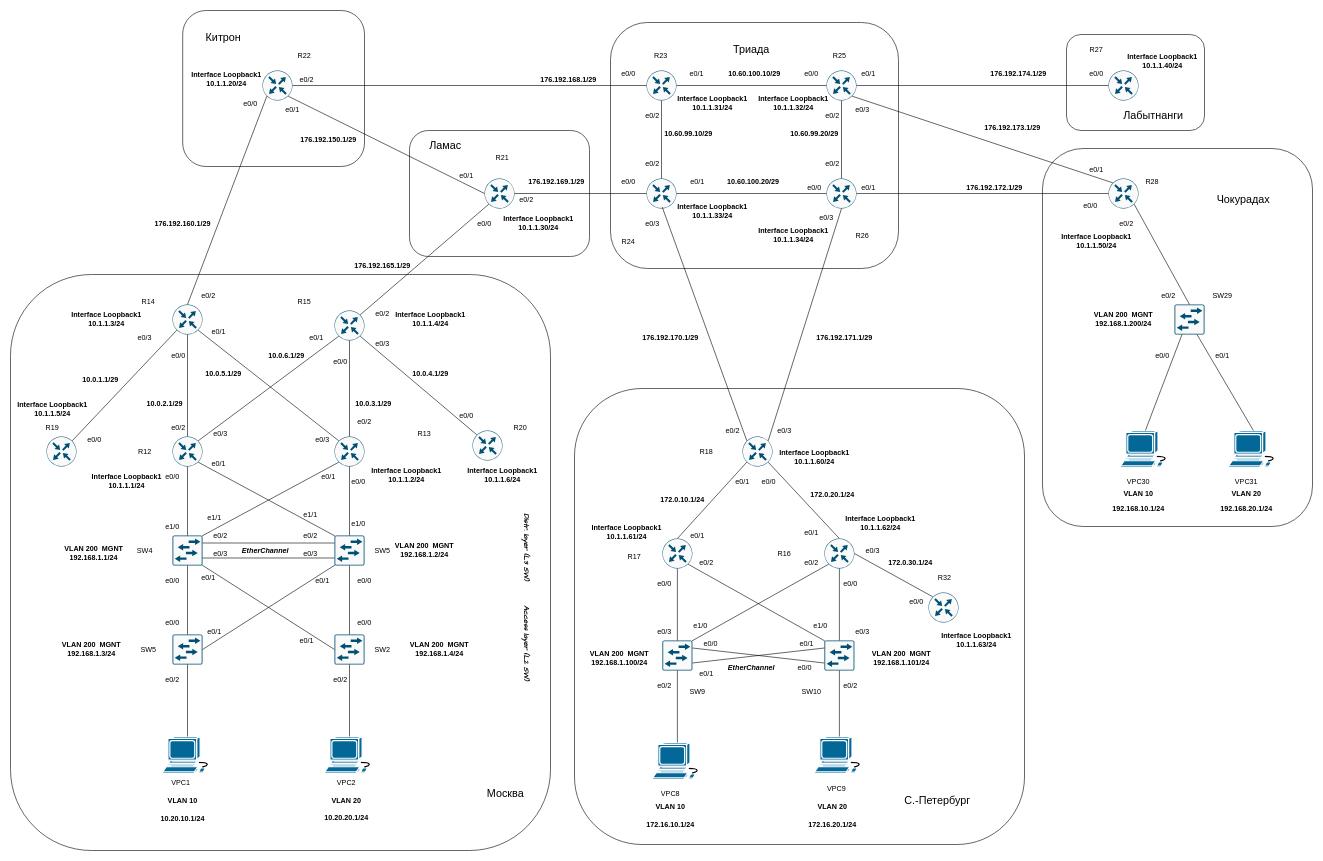
fueller-max/drawio keeps this draw.io diagram as Lab04 v2.drawio. Above is the earlier version. Source tidied: cells renumbered, new cells numbered last; positions are measured from the earlier drawing's top-left corner, leaving out a move shared by most shapes. Both pictures are drawn from the tidied source at 60%, with x=0, y=0 at pixel (10, 10).
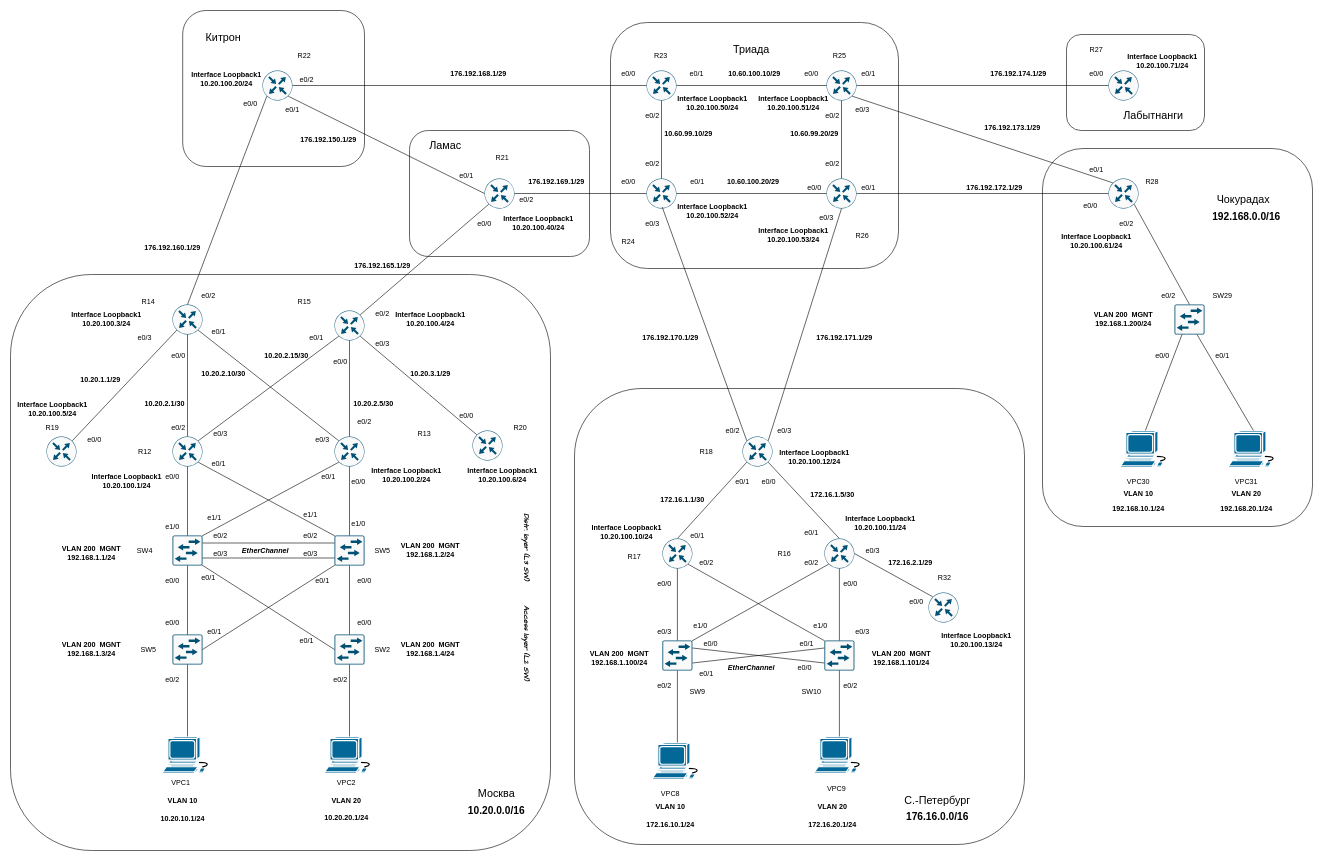
The same page after the edit.

Diff of the diagram source:
```diff
@@
     <mxCell id="203" value="&lt;font style=&quot;font-size: 18px;&quot;&gt;Москва&lt;/font&gt;" style="text;html=1;align=center;verticalAlign=middle;whiteSpace=wrap;rounded=0;" parent="1" vertex="1">
-      <mxGeometry x="795" y="1290" width="60" height="30" as="geometry" />
+      <mxGeometry x="780" y="1290" width="60" height="30" as="geometry" />
     </mxCell>
@@
     <mxCell id="225" value="VLAN 200&amp;nbsp; MGNT&lt;div&gt;192.168.1.1/24&lt;/div&gt;" style="text;html=1;align=center;verticalAlign=middle;whiteSpace=wrap;rounded=0;fontStyle=1;" parent="1" vertex="1">
-      <mxGeometry x="83.5" y="890" width="110" height="30" as="geometry" />
+      <mxGeometry x="80" y="890" width="110" height="30" as="geometry" />
     </mxCell>
@@
     <mxCell id="235" value="176.192.168.1/29" style="text;html=1;align=center;verticalAlign=middle;whiteSpace=wrap;rounded=0;rotation=0;fontStyle=1;" parent="1" vertex="1">
-      <mxGeometry x="900" y="100" width="60" height="30" as="geometry" />
+      <mxGeometry x="750" y="90" width="60" height="30" as="geometry" />
     </mxCell>
@@
     <mxCell id="238" value="VLAN 200&amp;nbsp; MGNT&lt;div&gt;192.168.1.2/24&lt;/div&gt;" style="text;html=1;align=center;verticalAlign=middle;whiteSpace=wrap;rounded=0;fontStyle=1;" parent="1" vertex="1">
-      <mxGeometry x="635" y="885" width="110" height="30" as="geometry" />
+      <mxGeometry x="645" y="885" width="110" height="30" as="geometry" />
     </mxCell>
@@
     <mxCell id="240" value="VLAN 200&amp;nbsp; MGNT&lt;div&gt;192.168.1.4/24&lt;/div&gt;" style="text;html=1;align=center;verticalAlign=middle;whiteSpace=wrap;rounded=0;fontStyle=1;" parent="1" vertex="1">
-      <mxGeometry x="660" y="1050" width="110" height="30" as="geometry" />
+      <mxGeometry x="645" y="1050" width="110" height="30" as="geometry" />
     </mxCell>
     <mxCell id="241" value="176.192.160.1/29" style="text;html=1;align=center;verticalAlign=middle;whiteSpace=wrap;rounded=0;rotation=0;fontStyle=1;" parent="1" vertex="1">
-      <mxGeometry x="257" y="340" width="60" height="30" as="geometry" />
+      <mxGeometry x="240" y="380" width="60" height="30" as="geometry" />
     </mxCell>
@@
-    <mxCell id="243" value="10.0.1.1/29" style="text;html=1;align=center;verticalAlign=middle;whiteSpace=wrap;rounded=0;fontStyle=1;" parent="1" vertex="1">
+    <mxCell id="243" value="10.20.1.1/29" style="text;html=1;align=center;verticalAlign=middle;whiteSpace=wrap;rounded=0;fontStyle=1;" parent="1" vertex="1">
       <mxGeometry x="120" y="600" width="60" height="30" as="geometry" />
     </mxCell>
-    <mxCell id="244" value="10.0.2.1/29" style="text;html=1;align=center;verticalAlign=middle;whiteSpace=wrap;rounded=0;fontStyle=1;" parent="1" vertex="1">
+    <mxCell id="244" value="10.20.2.1/30" style="text;html=1;align=center;verticalAlign=middle;whiteSpace=wrap;rounded=0;fontStyle=1;" parent="1" vertex="1">
       <mxGeometry x="227" y="640" width="60" height="30" as="geometry" />
     </mxCell>
-    <mxCell id="245" value="10.0.3.1/29" style="text;html=1;align=center;verticalAlign=middle;whiteSpace=wrap;rounded=0;fontStyle=1;" parent="1" vertex="1">
+    <mxCell id="245" value="10.20.2.5/30" style="text;html=1;align=center;verticalAlign=middle;whiteSpace=wrap;rounded=0;fontStyle=1;" parent="1" vertex="1">
       <mxGeometry x="575" y="640" width="60" height="30" as="geometry" />
     </mxCell>
-    <mxCell id="246" value="10.0.4.1/29" style="text;html=1;align=center;verticalAlign=middle;whiteSpace=wrap;rounded=0;fontStyle=1;" parent="1" vertex="1">
+    <mxCell id="246" value="10.20.3.1/29" style="text;html=1;align=center;verticalAlign=middle;whiteSpace=wrap;rounded=0;fontStyle=1;" parent="1" vertex="1">
       <mxGeometry x="670" y="590" width="60" height="30" as="geometry" />
     </mxCell>
-    <mxCell id="247" value="10.0.5.1/29" style="text;html=1;align=center;verticalAlign=middle;whiteSpace=wrap;rounded=0;fontStyle=1;" parent="1" vertex="1">
+    <mxCell id="247" value="10.20.2.10/30" style="text;html=1;align=center;verticalAlign=middle;whiteSpace=wrap;rounded=0;fontStyle=1;" parent="1" vertex="1">
       <mxGeometry x="325" y="590" width="60" height="30" as="geometry" />
     </mxCell>
-    <mxCell id="248" value="10.0.6.1/29" style="text;html=1;align=center;verticalAlign=middle;whiteSpace=wrap;rounded=0;fontStyle=1;" parent="1" vertex="1">
+    <mxCell id="248" value="10.20.2.15/30" style="text;html=1;align=center;verticalAlign=middle;whiteSpace=wrap;rounded=0;fontStyle=1;" parent="1" vertex="1">
       <mxGeometry x="430" y="560" width="60" height="30" as="geometry" />
     </mxCell>
@@
-    <mxCell id="250" value="172.0.10.1/24" style="text;html=1;align=center;verticalAlign=middle;whiteSpace=wrap;rounded=0;fontStyle=1;" parent="1" vertex="1">
+    <mxCell id="250" value="172.16.1.1/30" style="text;html=1;align=center;verticalAlign=middle;whiteSpace=wrap;rounded=0;fontStyle=1;" parent="1" vertex="1">
       <mxGeometry x="1090" y="800" width="60" height="30" as="geometry" />
     </mxCell>
-    <mxCell id="251" value="172.0.20.1/24" style="text;html=1;align=center;verticalAlign=middle;whiteSpace=wrap;rounded=0;fontStyle=1;" parent="1" vertex="1">
+    <mxCell id="251" value="172.16.1.5/30" style="text;html=1;align=center;verticalAlign=middle;whiteSpace=wrap;rounded=0;fontStyle=1;" parent="1" vertex="1">
       <mxGeometry x="1340" y="792" width="60" height="30" as="geometry" />
     </mxCell>
-    <mxCell id="252" value="172.0.30.1/24" style="text;html=1;align=center;verticalAlign=middle;whiteSpace=wrap;rounded=0;fontStyle=1;" parent="1" vertex="1">
+    <mxCell id="252" value="172.16.2.1/29" style="text;html=1;align=center;verticalAlign=middle;whiteSpace=wrap;rounded=0;fontStyle=1;" parent="1" vertex="1">
       <mxGeometry x="1470" y="905" width="60" height="30" as="geometry" />
     </mxCell>
@@
-    <mxCell id="256" value="Interface Loopback1&lt;div&gt;10.1.1.1/24&lt;/div&gt;" style="text;html=1;align=center;verticalAlign=middle;whiteSpace=wrap;rounded=0;fontStyle=1;" parent="1" vertex="1">
+    <mxCell id="256" value="Interface Loopback1&lt;div&gt;10.20.100.1/24&lt;/div&gt;" style="text;html=1;align=center;verticalAlign=middle;whiteSpace=wrap;rounded=0;fontStyle=1;" parent="1" vertex="1">
       <mxGeometry x="133.5" y="770" width="120" height="30" as="geometry" />
     </mxCell>
-    <mxCell id="257" value="Interface Loopback1&lt;div&gt;10.1.1.2/24&lt;/div&gt;" style="text;html=1;align=center;verticalAlign=middle;whiteSpace=wrap;rounded=0;fontStyle=1;" parent="1" vertex="1">
+    <mxCell id="257" value="Interface Loopback1&lt;div&gt;10.20.100.2/24&lt;/div&gt;" style="text;html=1;align=center;verticalAlign=middle;whiteSpace=wrap;rounded=0;fontStyle=1;" parent="1" vertex="1">
       <mxGeometry x="600" y="760" width="120" height="30" as="geometry" />
     </mxCell>
-    <mxCell id="258" value="Interface Loopback1&lt;div&gt;10.1.1.3/24&lt;/div&gt;" style="text;html=1;align=center;verticalAlign=middle;whiteSpace=wrap;rounded=0;fontStyle=1;" parent="1" vertex="1">
+    <mxCell id="258" value="Interface Loopback1&lt;div&gt;10.20.100.3/24&lt;/div&gt;" style="text;html=1;align=center;verticalAlign=middle;whiteSpace=wrap;rounded=0;fontStyle=1;" parent="1" vertex="1">
       <mxGeometry x="100" y="500" width="120" height="30" as="geometry" />
     </mxCell>
-    <mxCell id="259" value="Interface Loopback1&lt;div&gt;10.1.1.4/24&lt;/div&gt;" style="text;html=1;align=center;verticalAlign=middle;whiteSpace=wrap;rounded=0;fontStyle=1;" parent="1" vertex="1">
+    <mxCell id="259" value="Interface Loopback1&lt;div&gt;10.20.100.4/24&lt;/div&gt;" style="text;html=1;align=center;verticalAlign=middle;whiteSpace=wrap;rounded=0;fontStyle=1;" parent="1" vertex="1">
       <mxGeometry x="640" y="500" width="120" height="30" as="geometry" />
     </mxCell>
-    <mxCell id="260" value="Interface Loopback1&lt;div&gt;10.1.1.5/24&lt;/div&gt;" style="text;html=1;align=center;verticalAlign=middle;whiteSpace=wrap;rounded=0;fontStyle=1;" parent="1" vertex="1">
+    <mxCell id="260" value="Interface Loopback1&lt;div&gt;10.20.100.5/24&lt;/div&gt;" style="text;html=1;align=center;verticalAlign=middle;whiteSpace=wrap;rounded=0;fontStyle=1;" parent="1" vertex="1">
       <mxGeometry x="10" y="650" width="120" height="30" as="geometry" />
     </mxCell>
-    <mxCell id="261" value="Interface Loopback1&lt;div&gt;10.1.1.6/24&lt;/div&gt;" style="text;html=1;align=center;verticalAlign=middle;whiteSpace=wrap;rounded=0;fontStyle=1;" parent="1" vertex="1">
+    <mxCell id="261" value="Interface Loopback1&lt;div&gt;10.20.100.6/24&lt;/div&gt;" style="text;html=1;align=center;verticalAlign=middle;whiteSpace=wrap;rounded=0;fontStyle=1;" parent="1" vertex="1">
       <mxGeometry x="760" y="760" width="120" height="30" as="geometry" />
     </mxCell>
-    <mxCell id="262" value="Interface Loopback1&lt;div&gt;10.1.1.20/24&lt;/div&gt;" style="text;html=1;align=center;verticalAlign=middle;whiteSpace=wrap;rounded=0;fontStyle=1;" parent="1" vertex="1">
+    <mxCell id="262" value="Interface Loopback1&lt;div&gt;10.20.100.20/24&lt;/div&gt;" style="text;html=1;align=center;verticalAlign=middle;whiteSpace=wrap;rounded=0;fontStyle=1;" parent="1" vertex="1">
       <mxGeometry x="300" y="100" width="120" height="30" as="geometry" />
     </mxCell>
-    <mxCell id="263" value="Interface Loopback1&lt;div&gt;10.1.1.30/24&lt;/div&gt;" style="text;html=1;align=center;verticalAlign=middle;whiteSpace=wrap;rounded=0;fontStyle=1;" parent="1" vertex="1">
+    <mxCell id="263" value="Interface Loopback1&lt;div&gt;10.20.100.40/24&lt;/div&gt;" style="text;html=1;align=center;verticalAlign=middle;whiteSpace=wrap;rounded=0;fontStyle=1;" parent="1" vertex="1">
       <mxGeometry x="820" y="340" width="120" height="30" as="geometry" />
     </mxCell>
-    <mxCell id="264" value="Interface Loopback1&lt;div&gt;10.1.1.31/24&lt;/div&gt;" style="text;html=1;align=center;verticalAlign=middle;whiteSpace=wrap;rounded=0;fontStyle=1;" parent="1" vertex="1">
+    <mxCell id="264" value="Interface Loopback1&lt;div&gt;10.20.100.50/24&lt;/div&gt;" style="text;html=1;align=center;verticalAlign=middle;whiteSpace=wrap;rounded=0;fontStyle=1;" parent="1" vertex="1">
       <mxGeometry x="1110" y="140" width="120" height="30" as="geometry" />
     </mxCell>
-    <mxCell id="265" value="Interface Loopback1&lt;div&gt;10.1.1.32/24&lt;/div&gt;" style="text;html=1;align=center;verticalAlign=middle;whiteSpace=wrap;rounded=0;fontStyle=1;" parent="1" vertex="1">
+    <mxCell id="265" value="Interface Loopback1&lt;div&gt;10.20.100.51/24&lt;/div&gt;" style="text;html=1;align=center;verticalAlign=middle;whiteSpace=wrap;rounded=0;fontStyle=1;" parent="1" vertex="1">
       <mxGeometry x="1245" y="140" width="120" height="30" as="geometry" />
     </mxCell>
-    <mxCell id="266" value="Interface Loopback1&lt;div&gt;10.1.1.33/24&lt;/div&gt;" style="text;html=1;align=center;verticalAlign=middle;whiteSpace=wrap;rounded=0;fontStyle=1;" parent="1" vertex="1">
+    <mxCell id="266" value="Interface Loopback1&lt;div&gt;10.20.100.52/24&lt;/div&gt;" style="text;html=1;align=center;verticalAlign=middle;whiteSpace=wrap;rounded=0;fontStyle=1;" parent="1" vertex="1">
       <mxGeometry x="1110" y="320" width="120" height="30" as="geometry" />
     </mxCell>
-    <mxCell id="267" value="Interface Loopback1&lt;div&gt;10.1.1.34/24&lt;/div&gt;" style="text;html=1;align=center;verticalAlign=middle;whiteSpace=wrap;rounded=0;fontStyle=1;" parent="1" vertex="1">
+    <mxCell id="267" value="Interface Loopback1&lt;div&gt;10.20.100.53/24&lt;/div&gt;" style="text;html=1;align=center;verticalAlign=middle;whiteSpace=wrap;rounded=0;fontStyle=1;" parent="1" vertex="1">
       <mxGeometry x="1245" y="360" width="120" height="30" as="geometry" />
     </mxCell>
-    <mxCell id="268" value="Interface Loopback1&lt;div&gt;10.1.1.40/24&lt;/div&gt;" style="text;html=1;align=center;verticalAlign=middle;whiteSpace=wrap;rounded=0;fontStyle=1;" parent="1" vertex="1">
+    <mxCell id="268" value="Interface Loopback1&lt;div&gt;10.20.100.71/24&lt;/div&gt;" style="text;html=1;align=center;verticalAlign=middle;whiteSpace=wrap;rounded=0;fontStyle=1;" parent="1" vertex="1">
       <mxGeometry x="1860" y="70" width="120" height="30" as="geometry" />
     </mxCell>
-    <mxCell id="269" value="Interface Loopback1&lt;div&gt;10.1.1.50/24&lt;/div&gt;" style="text;html=1;align=center;verticalAlign=middle;whiteSpace=wrap;rounded=0;fontStyle=1;" parent="1" vertex="1">
+    <mxCell id="269" value="Interface Loopback1&lt;div&gt;10.20.100.61/24&lt;/div&gt;" style="text;html=1;align=center;verticalAlign=middle;whiteSpace=wrap;rounded=0;fontStyle=1;" parent="1" vertex="1">
       <mxGeometry x="1750" y="370" width="120" height="30" as="geometry" />
     </mxCell>
-    <mxCell id="270" value="Interface Loopback1&lt;div&gt;10.1.1.60/24&lt;/div&gt;" style="text;html=1;align=center;verticalAlign=middle;whiteSpace=wrap;rounded=0;fontStyle=1;" parent="1" vertex="1">
+    <mxCell id="270" value="Interface Loopback1&lt;div&gt;10.20.100.12/24&lt;/div&gt;" style="text;html=1;align=center;verticalAlign=middle;whiteSpace=wrap;rounded=0;fontStyle=1;" parent="1" vertex="1">
       <mxGeometry x="1280" y="730" width="120" height="30" as="geometry" />
     </mxCell>
-    <mxCell id="271" value="Interface Loopback1&lt;div&gt;10.1.1.61/24&lt;/div&gt;" style="text;html=1;align=center;verticalAlign=middle;whiteSpace=wrap;rounded=0;fontStyle=1;" parent="1" vertex="1">
+    <mxCell id="271" value="Interface Loopback1&lt;div&gt;10.20.100.10/24&lt;/div&gt;" style="text;html=1;align=center;verticalAlign=middle;whiteSpace=wrap;rounded=0;fontStyle=1;" parent="1" vertex="1">
       <mxGeometry x="966.5" y="855" width="120" height="30" as="geometry" />
     </mxCell>
-    <mxCell id="272" value="Interface Loopback1&lt;div&gt;10.1.1.62/24&lt;/div&gt;" style="text;html=1;align=center;verticalAlign=middle;whiteSpace=wrap;rounded=0;fontStyle=1;" parent="1" vertex="1">
+    <mxCell id="272" value="Interface Loopback1&lt;div&gt;10.20.100.11/24&lt;/div&gt;" style="text;html=1;align=center;verticalAlign=middle;whiteSpace=wrap;rounded=0;fontStyle=1;" parent="1" vertex="1">
       <mxGeometry x="1390" y="840" width="120" height="30" as="geometry" />
     </mxCell>
-    <mxCell id="273" value="Interface Loopback1&lt;div&gt;10.1.1.63/24&lt;/div&gt;" style="text;html=1;align=center;verticalAlign=middle;whiteSpace=wrap;rounded=0;fontStyle=1;" parent="1" vertex="1">
+    <mxCell id="273" value="Interface Loopback1&lt;div&gt;10.20.100.13/24&lt;/div&gt;" style="text;html=1;align=center;verticalAlign=middle;whiteSpace=wrap;rounded=0;fontStyle=1;" parent="1" vertex="1">
       <mxGeometry x="1550" y="1035" width="120" height="30" as="geometry" />
     </mxCell>
+    <mxCell id="274" value="10.20.0.0/16" style="text;html=1;align=center;verticalAlign=middle;whiteSpace=wrap;rounded=0;fontStyle=1;fontSize=17;" parent="1" vertex="1">
+      <mxGeometry x="760" y="1320" width="100" height="30" as="geometry" />
+    </mxCell>
+    <mxCell id="275" value="176.16.0.0/16" style="text;html=1;align=center;verticalAlign=middle;whiteSpace=wrap;rounded=0;fontStyle=1;fontSize=17;" parent="1" vertex="1">
+      <mxGeometry x="1495" y="1330" width="100" height="30" as="geometry" />
+    </mxCell>
+    <mxCell id="276" value="192.168.0.0/16" style="text;html=1;align=center;verticalAlign=middle;whiteSpace=wrap;rounded=0;fontStyle=1;fontSize=17;" parent="1" vertex="1">
+      <mxGeometry x="2010" y="330" width="100" height="30" as="geometry" />
+    </mxCell>
```
